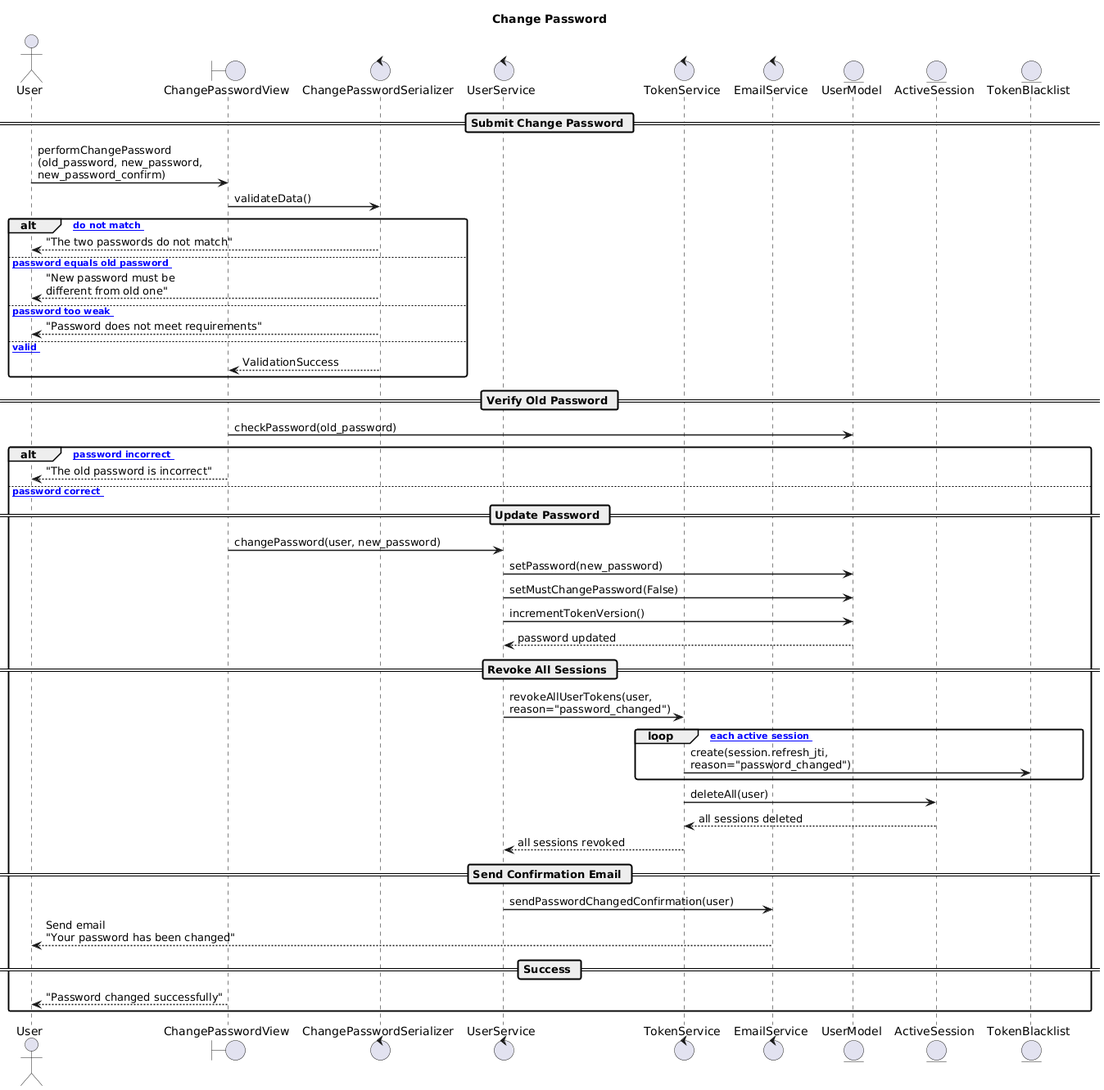
The PlantUML diagram images/sprint1/séquence de conception Change Password.png in rayenbenzid1/PFE-Latex, before a commit.
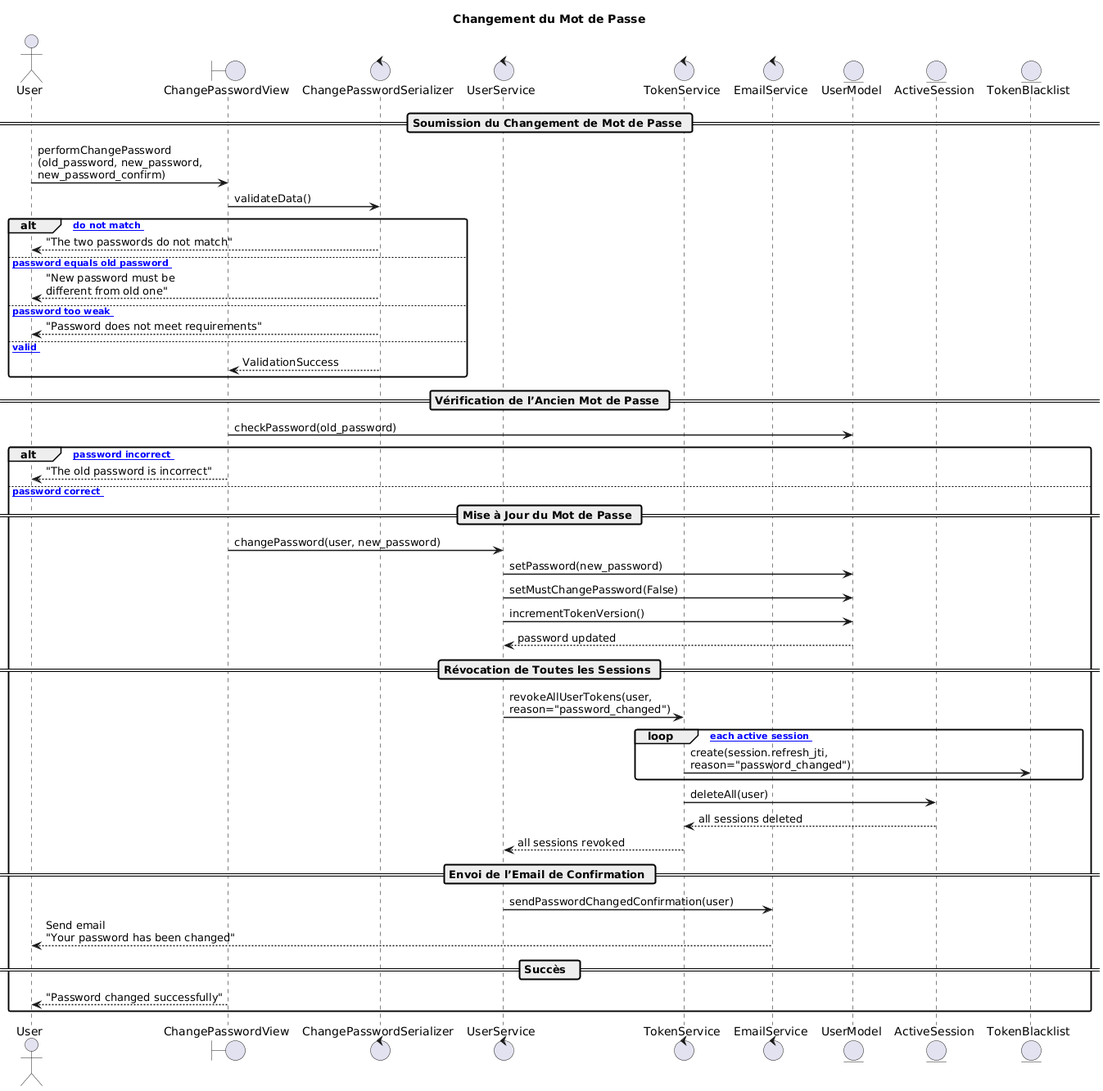
After the commit.

Diff of the diagram source:
```diff
@@ -6,7 +6,7 @@
 skinparam sequenceParticipantBackgroundColor #FFFFFF
 skinparam sequenceLifeLineBorderColor #000000
 
-title Change Password
+title Changement du Mot de Passe
 
 actor       "User"                     as User
 boundary    "ChangePasswordView"       as ChangeView
@@ -18,7 +18,7 @@
 entity      "ActiveSession"            as ActiveSession
 entity      "TokenBlacklist"           as TokenBlacklist
 
-== Submit Change Password ==
+== Soumission du Changement de Mot de Passe ==
 
 User -> ChangeView : performChangePassword\n(old_password, new_password,\nnew_password_confirm)
 ChangeView -> ChangeSerializer : validateData()
@@ -33,7 +33,7 @@
     ChangeSerializer --> ChangeView : ValidationSuccess
 end
 
-== Verify Old Password ==
+== Vérification de l’Ancien Mot de Passe ==
 
 ChangeView -> UserModel : checkPassword(old_password)
 
@@ -41,7 +41,7 @@
     ChangeView --> User : "The old password is incorrect"
 else [ Old password correct ]
 
-    == Update Password ==
+    == Mise à Jour du Mot de Passe ==
 
     ChangeView -> UserService : changePassword(user, new_password)
     UserService -> UserModel : setPassword(new_password)
@@ -49,7 +49,7 @@
     UserService -> UserModel : incrementTokenVersion()
     UserModel --> UserService : password updated
 
-    == Revoke All Sessions ==
+    == Révocation de Toutes les Sessions ==
 
     UserService -> TokenService : revokeAllUserTokens(user,\nreason="password_changed")
 
@@ -61,12 +61,12 @@
     ActiveSession --> TokenService : all sessions deleted
     TokenService --> UserService : all sessions revoked
 
-    == Send Confirmation Email ==
+    == Envoi de l’Email de Confirmation ==
 
     UserService -> EmailService : sendPasswordChangedConfirmation(user)
     EmailService --> User : Send email\n"Your password has been changed"
 
-    == Success ==
+    == Succès  ==
 
     ChangeView --> User : "Password changed successfully"
 
```
